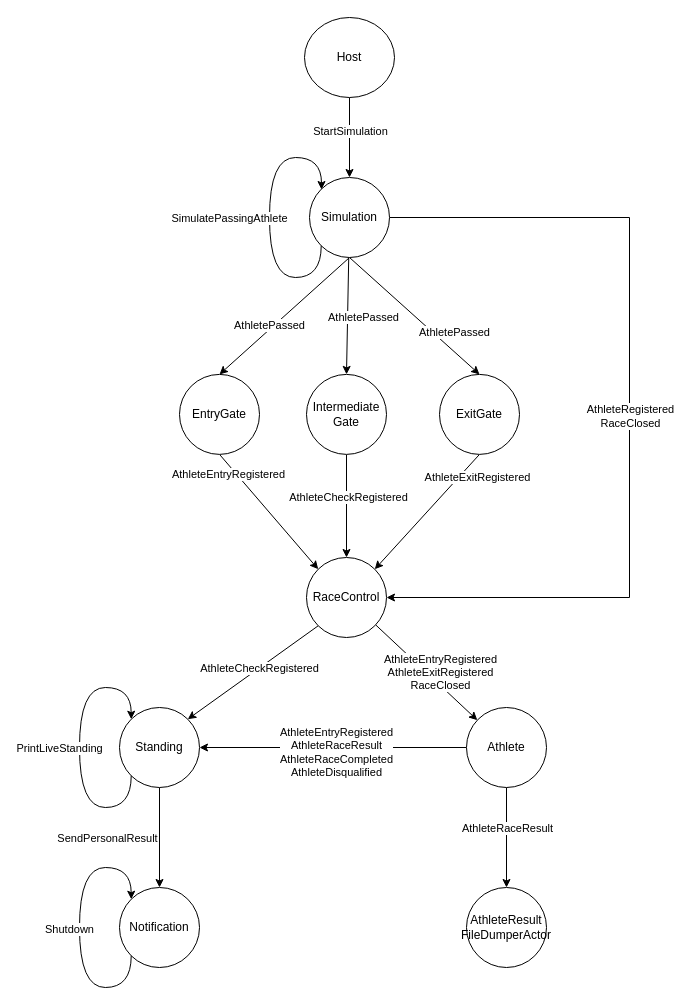
Above: page "Communication flow" (2 of 2) of src/Host/diagram/thriathlon race.drawio in fbasco81/triathlon-race-demo (draw.io), before the change. Source tidied: cells renumbered, new cells numbered last; positions are measured from the earlier drawing's top-left corner, leaving out a move shared by most shapes. Both pictures are drawn from the tidied source at 100%, with x=0, y=0 at pixel (79, 17).
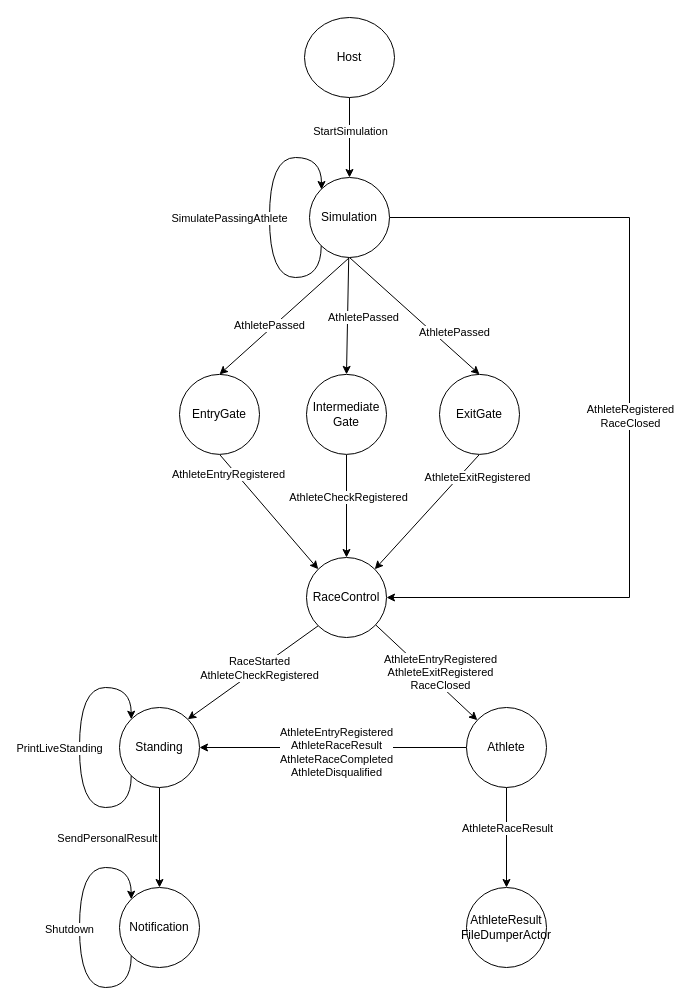
After the change.

The change refers to these unchanged cells:
```xml
<mxCell id="18" style="rounded=0;jettySize=auto;html=1;entryX=1;entryY=0;entryDx=0;entryDy=0;exitX=0;exitY=1;exitDx=0;exitDy=0;" parent="1" edge="1" source="20" target="32">
  <mxGeometry relative="1" as="geometry" />
</mxCell>
```

What changed in the source:
```diff
@@
-    <mxCell id="19" value="AthleteCheckRegistered" style="edgeLabel;html=1;align=center;verticalAlign=middle;" parent="18" vertex="1">
+    <mxCell id="19" value="RaceStarted&lt;br&gt;AthleteCheckRegistered" style="edgeLabel;html=1;align=center;verticalAlign=middle;" parent="18" vertex="1">
       <mxGeometry x="0.06" y="9" relative="1" as="geometry">
         <mxPoint x="4.9" y="-14.9" as="offset" />
       </mxGeometry>
     </mxCell>
```
